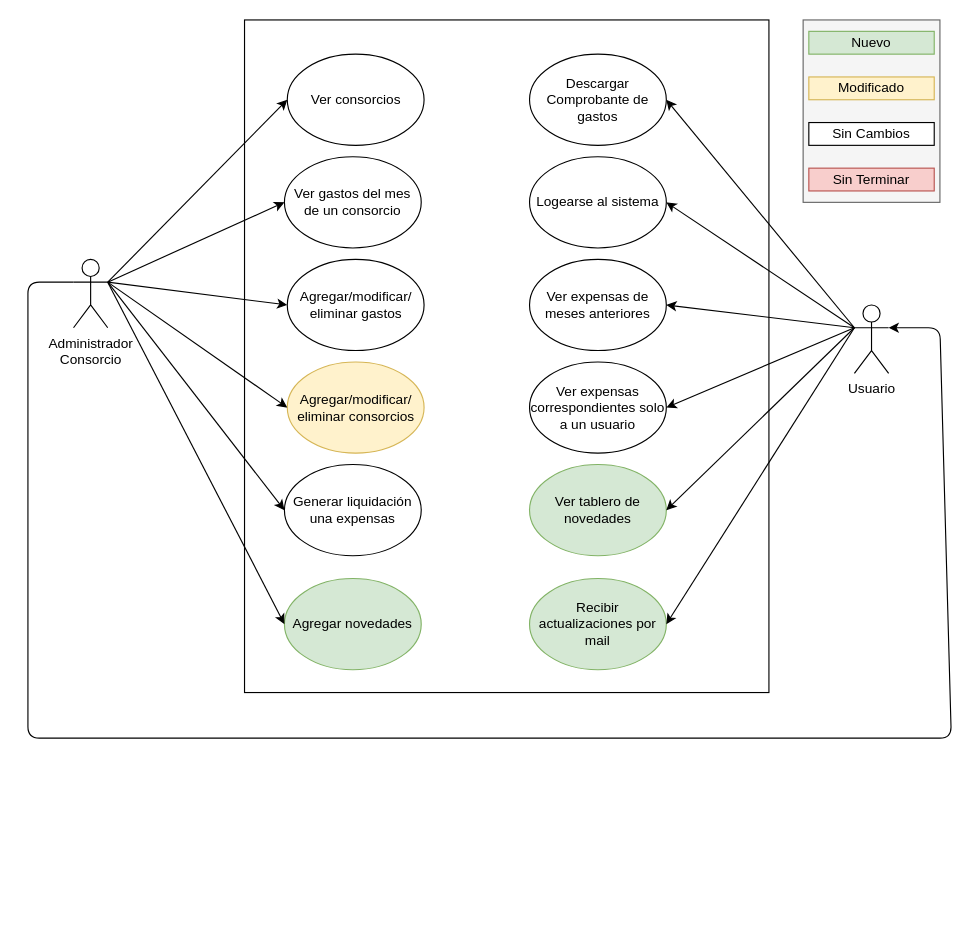
The draw.io diagram united-consortium-doc/use-cases-sources/use-cases.drawio in fbritez/consorcio-unido, before the edit. Source tidied: cells renumbered, new cells numbered last; positions are measured from the earlier drawing's top-left corner, leaving out a move shared by most shapes. Both pictures are drawn from the tidied source at 114%, with x=0, y=0 at pixel (27, 19).
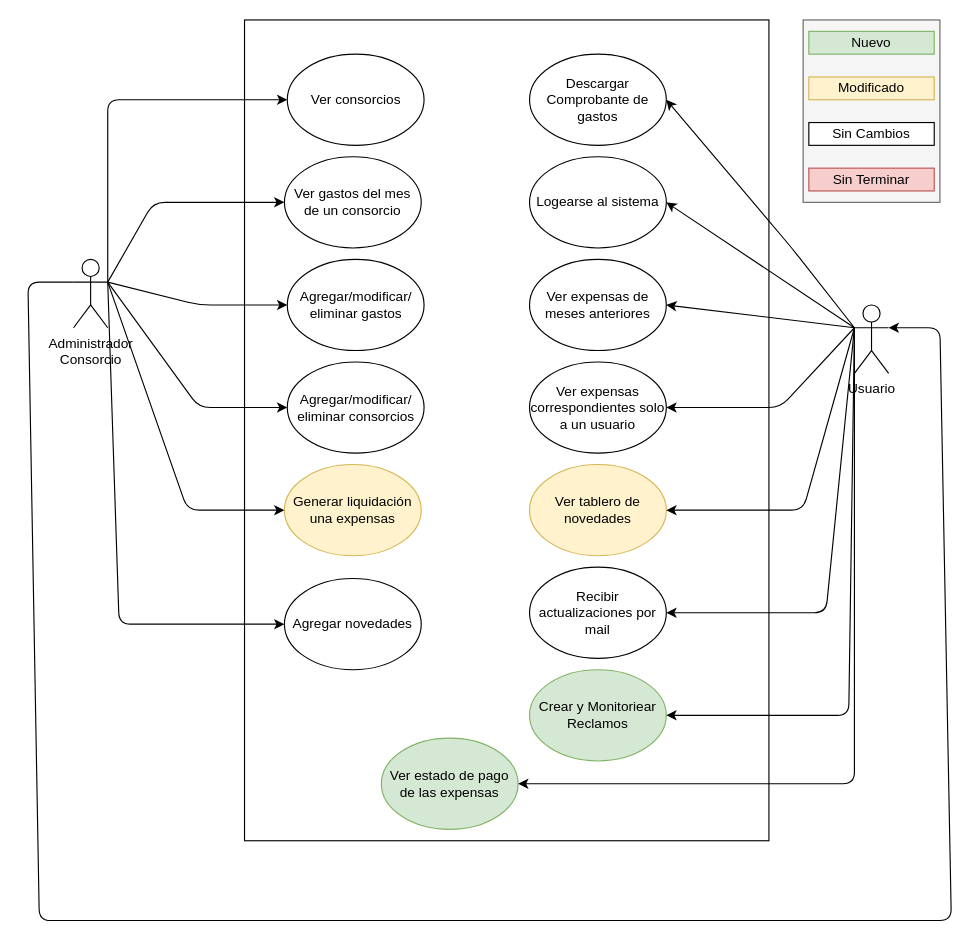
Above is the later version.

The change refers to these unchanged cells:
```xml
<mxCell id="3" value="Administrador&lt;br&gt;Consorcio" style="shape=umlActor;verticalLabelPosition=bottom;verticalAlign=top;html=1;outlineConnect=0;" parent="1" vertex="1">
  <mxGeometry x="40" y="210" width="30" height="60" as="geometry" />
</mxCell>
<mxCell id="4" value="Ver consorcios" style="ellipse;whiteSpace=wrap;html=1;" parent="1" vertex="1">
  <mxGeometry x="227.5" y="30" width="120" height="80" as="geometry" />
</mxCell>
<mxCell id="6" value="Ver gastos del mes&lt;br&gt;de un consorcio" style="ellipse;whiteSpace=wrap;html=1;" parent="1" vertex="1">
  <mxGeometry x="225" y="120" width="120" height="80" as="geometry" />
</mxCell>
<mxCell id="8" value="Agregar/modificar/&lt;br&gt;eliminar gastos" style="ellipse;whiteSpace=wrap;html=1;" parent="1" vertex="1">
  <mxGeometry x="227.5" y="210" width="120" height="80" as="geometry" />
</mxCell>
<mxCell id="15" value="Descargar Comprobante de gastos" style="ellipse;whiteSpace=wrap;html=1;fillColor=#FFFFFF;strokeColor=#000000;" parent="1" vertex="1">
  <mxGeometry x="440" y="30" width="120" height="80" as="geometry" />
</mxCell>
<mxCell id="19" value="Usuario" style="shape=umlActor;verticalLabelPosition=bottom;verticalAlign=top;html=1;outlineConnect=0;" parent="1" vertex="1">
  <mxGeometry x="725" y="250" width="30" height="60" as="geometry" />
</mxCell>
<mxCell id="24" value="Ver expensas correspondientes solo a un usuario" style="ellipse;whiteSpace=wrap;html=1;" parent="1" vertex="1">
  <mxGeometry x="440" y="300" width="120" height="80" as="geometry" />
</mxCell>
```

The edit, as a diff of the source:
```diff
@@
     <mxCell id="2" style="rounded=0;whiteSpace=wrap;html=1;" parent="1" vertex="1">
-      <mxGeometry x="190" width="460" height="590" as="geometry" />
+      <mxGeometry x="190" width="460" height="720" as="geometry" />
     </mxCell>
@@
     <mxCell id="5" style="endArrow=classic;html=1;entryX=0;entryY=0.5;entryDx=0;entryDy=0;exitX=1;exitY=0.3333333333333333;exitDx=0;exitDy=0;exitPerimeter=0;" parent="1" edge="1" source="3" target="4">
-      <mxGeometry relative="1" as="geometry" />
+      <mxGeometry relative="1" as="geometry">
+        <Array as="points">
+          <mxPoint x="70" y="70" />
+        </Array>
+      </mxGeometry>
     </mxCell>
@@
     <mxCell id="7" style="endArrow=classic;html=1;entryX=0;entryY=0.5;entryDx=0;entryDy=0;exitX=1;exitY=0.3333333333333333;exitDx=0;exitDy=0;exitPerimeter=0;" parent="1" edge="1" source="3" target="6">
-      <mxGeometry relative="1" as="geometry" />
+      <mxGeometry relative="1" as="geometry">
+        <Array as="points">
+          <mxPoint x="110" y="160" />
+        </Array>
+      </mxGeometry>
     </mxCell>
@@
     <mxCell id="9" style="endArrow=classic;html=1;entryX=0;entryY=0.5;entryDx=0;entryDy=0;exitX=1;exitY=0.3333333333333333;exitDx=0;exitDy=0;exitPerimeter=0;" parent="1" edge="1" source="3" target="8">
-      <mxGeometry relative="1" as="geometry" />
+      <mxGeometry relative="1" as="geometry">
+        <Array as="points">
+          <mxPoint x="150" y="250" />
+        </Array>
+      </mxGeometry>
     </mxCell>
@@
     <mxCell id="17" style="endArrow=classic;html=1;entryX=1;entryY=0.5;entryDx=0;entryDy=0;exitX=0;exitY=0.3333333333333333;exitDx=0;exitDy=0;exitPerimeter=0;" parent="1" edge="1" source="19" target="15">
-      <mxGeometry relative="1" as="geometry" />
+      <mxGeometry relative="1" as="geometry">
+        <Array as="points">
+          <mxPoint x="670" y="200" />
+        </Array>
+      </mxGeometry>
     </mxCell>
@@
-    <mxCell id="20" value="Agregar/modificar/&lt;br&gt;eliminar consorcios" style="ellipse;whiteSpace=wrap;html=1;fillColor=#fff2cc;strokeColor=#d6b656;" parent="1" vertex="1">
+    <mxCell id="20" value="Agregar/modificar/&lt;br&gt;eliminar consorcios" style="ellipse;whiteSpace=wrap;html=1;" parent="1" vertex="1">
       <mxGeometry x="227.5" y="300" width="120" height="80" as="geometry" />
     </mxCell>
     <mxCell id="21" style="endArrow=classic;html=1;entryX=0;entryY=0.5;entryDx=0;entryDy=0;exitX=1;exitY=0.3333333333333333;exitDx=0;exitDy=0;exitPerimeter=0;" parent="1" edge="1" source="3" target="20">
-      <mxGeometry relative="1" as="geometry" />
+      <mxGeometry relative="1" as="geometry">
+        <Array as="points">
+          <mxPoint x="150" y="340" />
+        </Array>
+      </mxGeometry>
     </mxCell>
@@
     <mxCell id="25" style="endArrow=classic;html=1;entryX=1;entryY=0.5;entryDx=0;entryDy=0;exitX=0;exitY=0.3333333333333333;exitDx=0;exitDy=0;exitPerimeter=0;" parent="1" edge="1" source="19" target="24">
-      <mxGeometry relative="1" as="geometry" />
+      <mxGeometry relative="1" as="geometry">
+        <Array as="points">
+          <mxPoint x="660" y="340" />
+        </Array>
+      </mxGeometry>
     </mxCell>
-    <mxCell id="26" value="Generar liquidación una expensas" style="ellipse;whiteSpace=wrap;html=1;" parent="1" vertex="1">
+    <mxCell id="26" value="Generar liquidación una expensas" style="ellipse;whiteSpace=wrap;html=1;fillColor=#fff2cc;strokeColor=#d6b656;" parent="1" vertex="1">
       <mxGeometry x="225" y="390" width="120" height="80" as="geometry" />
     </mxCell>
     <mxCell id="27" style="endArrow=classic;html=1;entryX=0;entryY=0.5;entryDx=0;entryDy=0;exitX=1;exitY=0.3333333333333333;exitDx=0;exitDy=0;exitPerimeter=0;" parent="1" edge="1" source="3" target="26">
-      <mxGeometry relative="1" as="geometry" />
+      <mxGeometry relative="1" as="geometry">
+        <Array as="points">
+          <mxPoint x="140" y="430" />
+        </Array>
+      </mxGeometry>
     </mxCell>
     <mxCell id="28" style="endArrow=classic;html=1;entryX=1;entryY=0.3333333333333333;entryDx=0;entryDy=0;exitX=0;exitY=0.3333333333333333;exitDx=0;exitDy=0;exitPerimeter=0;entryPerimeter=0;" parent="1" edge="1" source="3" target="19">
       <mxGeometry relative="1" as="geometry">
         <Array as="points">
           <mxPoint y="230" />
-          <mxPoint y="630" />
-          <mxPoint x="410" y="630" />
-          <mxPoint x="810" y="630" />
+          <mxPoint x="10" y="790" />
+          <mxPoint x="410" y="790" />
+          <mxPoint x="810" y="790" />
           <mxPoint x="800" y="270" />
         </Array>
       </mxGeometry>
     </mxCell>
-    <mxCell id="29" value="Ver tablero de novedades" style="ellipse;whiteSpace=wrap;html=1;fillColor=#d5e8d4;strokeColor=#82b366;" parent="1" vertex="1">
+    <mxCell id="29" value="Ver tablero de novedades" style="ellipse;whiteSpace=wrap;html=1;fillColor=#fff2cc;strokeColor=#d6b656;" parent="1" vertex="1">
       <mxGeometry x="440" y="390" width="120" height="80" as="geometry" />
     </mxCell>
     <mxCell id="30" style="endArrow=classic;html=1;exitX=0;exitY=0.3333333333333333;exitDx=0;exitDy=0;exitPerimeter=0;" parent="1" edge="1" source="19">
       <mxGeometry relative="1" as="geometry">
         <mxPoint x="560" y="430" as="targetPoint" />
+        <Array as="points">
+          <mxPoint x="680" y="430" />
+        </Array>
       </mxGeometry>
     </mxCell>
-    <mxCell id="31" value="Agregar novedades" style="ellipse;whiteSpace=wrap;html=1;fillColor=#d5e8d4;strokeColor=#82b366;" parent="1" vertex="1">
+    <mxCell id="31" value="Agregar novedades" style="ellipse;whiteSpace=wrap;html=1;" parent="1" vertex="1">
       <mxGeometry x="225" y="490" width="120" height="80" as="geometry" />
     </mxCell>
     <mxCell id="32" style="endArrow=classic;html=1;entryX=0;entryY=0.5;entryDx=0;entryDy=0;exitX=1;exitY=0.3333333333333333;exitDx=0;exitDy=0;exitPerimeter=0;" parent="1" edge="1" source="3" target="31">
-      <mxGeometry relative="1" as="geometry" />
+      <mxGeometry relative="1" as="geometry">
+        <Array as="points">
+          <mxPoint x="80" y="530" />
+        </Array>
+      </mxGeometry>
     </mxCell>
-    <mxCell id="33" value="Recibir actualizaciones por mail" style="ellipse;whiteSpace=wrap;html=1;fillColor=#d5e8d4;strokeColor=#82b366;" parent="1" vertex="1">
-      <mxGeometry x="440" y="490" width="120" height="80" as="geometry" />
+    <mxCell id="33" value="Recibir actualizaciones por mail" style="ellipse;whiteSpace=wrap;html=1;" parent="1" vertex="1">
+      <mxGeometry x="440" y="480" width="120" height="80" as="geometry" />
     </mxCell>
     <mxCell id="34" style="endArrow=classic;html=1;exitX=0;exitY=0.3333333333333333;exitDx=0;exitDy=0;exitPerimeter=0;entryX=1;entryY=0.5;entryDx=0;entryDy=0;" parent="1" edge="1" source="19" target="33">
-      <mxGeometry relative="1" as="geometry" />
+      <mxGeometry relative="1" as="geometry">
+        <Array as="points">
+          <mxPoint x="700" y="520" />
+        </Array>
+      </mxGeometry>
     </mxCell>
+    <mxCell id="35" value="Crear y Monitoriear Reclamos" style="ellipse;whiteSpace=wrap;html=1;fillColor=#d5e8d4;strokeColor=#82b366;" parent="1" vertex="1">
+      <mxGeometry x="440" y="570" width="120" height="80" as="geometry" />
+    </mxCell>
+    <mxCell id="36" style="endArrow=classic;html=1;exitX=0;exitY=0.3333333333333333;exitDx=0;exitDy=0;exitPerimeter=0;entryX=1;entryY=0.5;entryDx=0;entryDy=0;" parent="1" edge="1" source="19" target="35">
+      <mxGeometry relative="1" as="geometry">
+        <Array as="points">
+          <mxPoint x="720" y="610" />
+        </Array>
+      </mxGeometry>
+    </mxCell>
+    <mxCell id="37" value="Ver estado de pago de las expensas" style="ellipse;whiteSpace=wrap;html=1;fillColor=#d5e8d4;strokeColor=#82b366;" parent="1" vertex="1">
+      <mxGeometry x="310" y="630" width="120" height="80" as="geometry" />
+    </mxCell>
+    <mxCell id="38" style="endArrow=classic;html=1;exitX=0;exitY=0.3333333333333333;exitDx=0;exitDy=0;exitPerimeter=0;" parent="1" edge="1" source="19">
+      <mxGeometry relative="1" as="geometry">
+        <mxPoint x="430" y="670" as="targetPoint" />
+        <Array as="points">
+          <mxPoint x="725" y="670" />
+        </Array>
+      </mxGeometry>
+    </mxCell>
```
